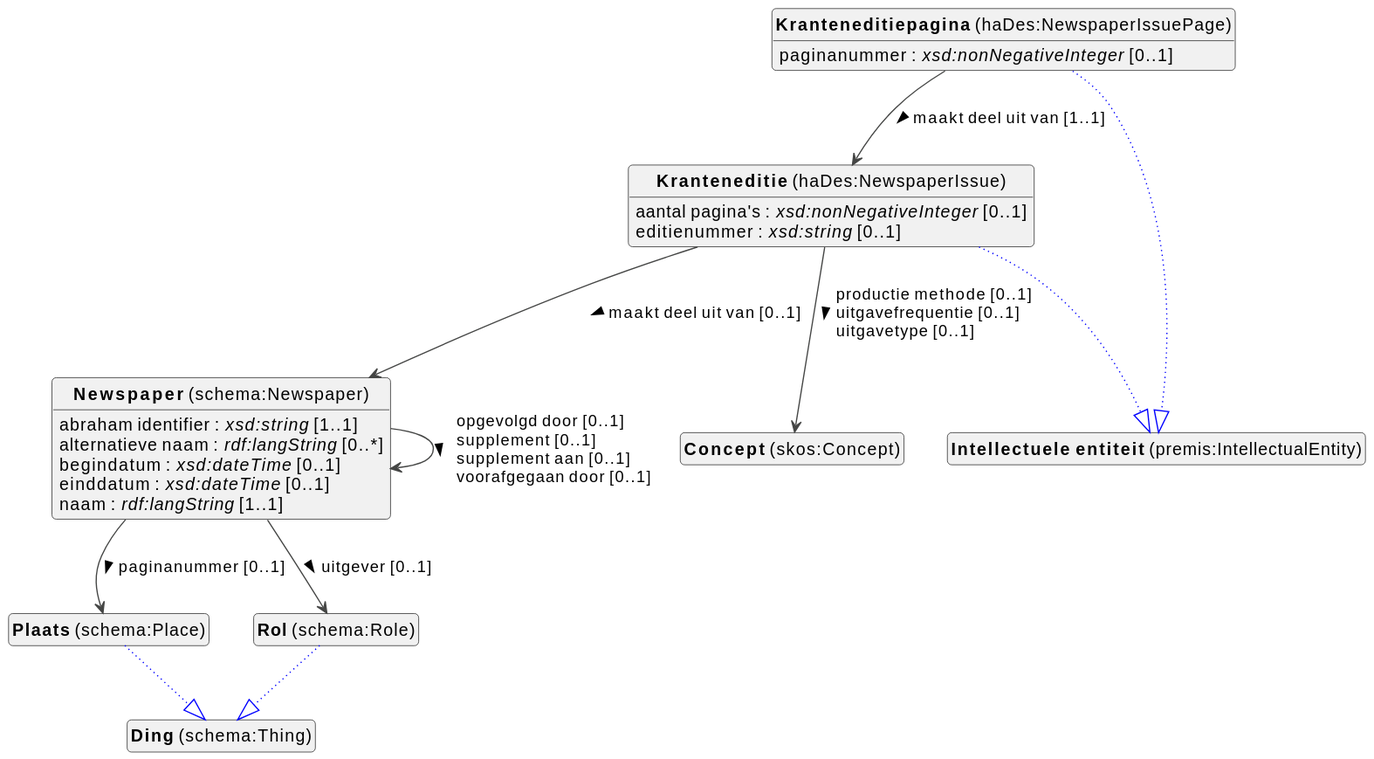
The PlantUML diagram docs/metadata/knowledge-graph/1.0.0/bibliographic/nl/bibliographic-diagram.svg in viaacode/documentation, before a commit.
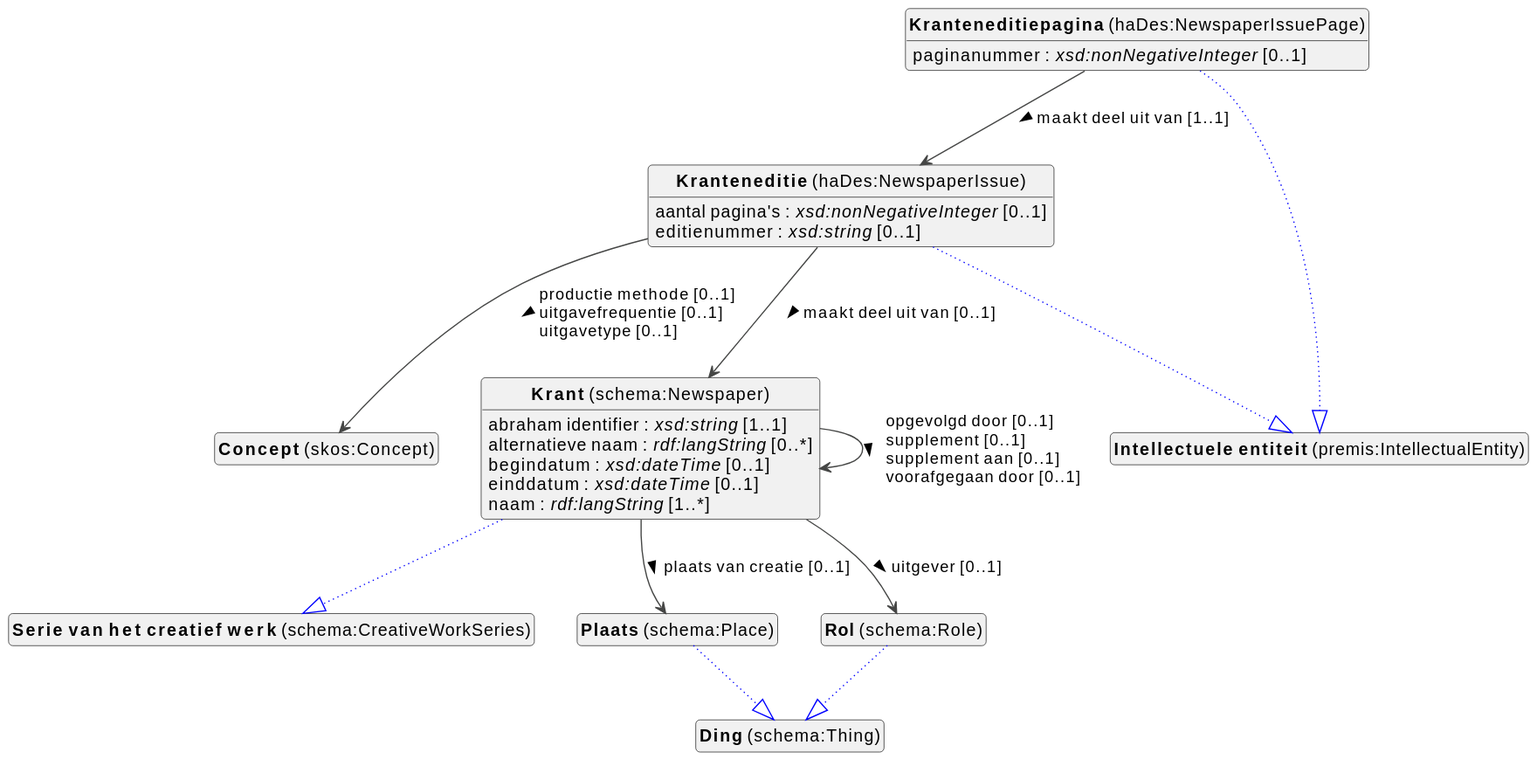
The same diagram one commit later.

Change to the diagram source:
```diff
@@ -10,8 +10,9 @@
 top to bottom direction
 
 
-class "<b>Newspaper</b> (schema:Newspaper)" as schema_Newspaper [[#schema%3ANewspaper]]
 class "<b>Concept</b> (skos:Concept)" as skos_Concept [[../../terms/nl#skos%3AConcept]]
+class "<b>Krant</b> (schema:Newspaper)" as schema_Newspaper [[#schema%3ANewspaper]]
+class "<b>Serie van het creatief werk</b> (schema:CreativeWorkSeries)" as schema_CreativeWorkSeries [[#schema%3ACreativeWorkSeries]]
 class "<b>Kranteneditie</b> (haDes:NewspaperIssue)" as haDes_NewspaperIssue [[#haDes%3ANewspaperIssue]]
 class "<b>Intellectuele entiteit</b> (premis:IntellectualEntity)" as premis_IntellectualEntity [[#premis%3AIntellectualEntity]]
 class "<b>Kranteneditiepagina</b> (haDes:NewspaperIssuePage)" as haDes_NewspaperIssuePage [[#haDes%3ANewspaperIssuePage]]
@@ -22,17 +23,18 @@
 class "<b>Ding</b> (schema:Thing)" as schema_Thing [[#schema%3AThing]]
 
 
+
+schema_Newspaper --|> schema_CreativeWorkSeries #blue;line.dotted;text:blue
+
 schema_Newspaper : abraham identifier : <i>xsd:string</i> [1..1]
 schema_Newspaper : alternatieve naam : <i>rdf:langString</i> [0..*]
 schema_Newspaper : begindatum : <i>xsd:dateTime</i> [0..1]
 schema_Newspaper : einddatum : <i>xsd:dateTime</i> [0..1]
-schema_Newspaper : naam : <i>rdf:langString</i> [1..1]
+schema_Newspaper : naam : <i>rdf:langString</i> [1..*]
 
 schema_Newspaper --> schema_Newspaper :opgevolgd door [0..1]  \lsupplement [0..1]  \lsupplement aan [0..1]  \lvoorafgegaan door [0..1]  >
-schema_Newspaper --> schema_Place :paginanummer [0..1]  >
+schema_Newspaper --> schema_Place :plaats van creatie [0..1]  >
 schema_Newspaper --> schema_Role :uitgever [0..1]  >
-
-
 
 
 
```
